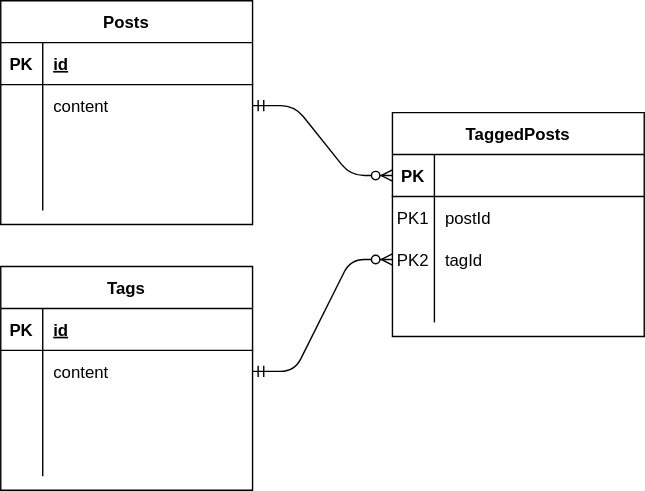
tomoya3178/praha-challenge keeps this draw.io diagram as 23/answer.drawio.svg. Above is the earlier version. Source tidied: cells renumbered, new cells last; positions are measured from the earlier drawing's top-left corner, leaving out a move shared by most shapes.
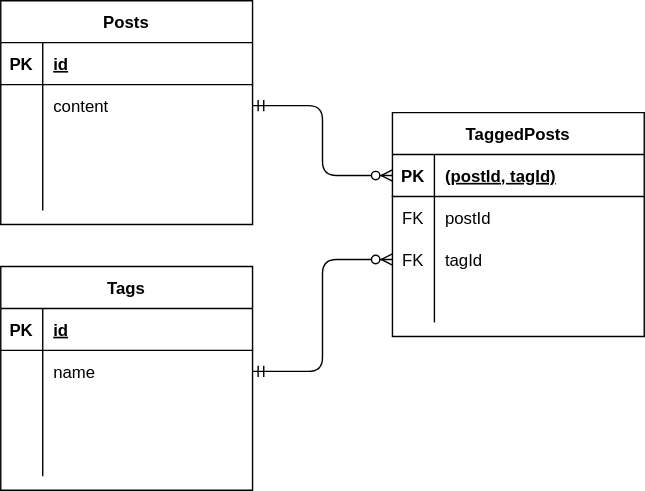
The same file after the commit.

The edit, as a diff of the source:
```diff
@@ -11,13 +11,13 @@
     <mxCell id="4" value="PK" style="shape=partialRectangle;fillColor=none;top=0;left=0;bottom=0;right=0;fontStyle=1;overflow=hidden;fontColor=#000000;" parent="3" vertex="1">
       <mxGeometry width="30" height="30" as="geometry" />
     </mxCell>
-    <mxCell id="5" style="shape=partialRectangle;fillColor=none;top=0;left=0;bottom=0;right=0;align=left;spacingLeft=6;fontStyle=5;overflow=hidden;fontColor=#000000;" parent="3" vertex="1">
+    <mxCell id="5" value="(postId, tagId)" style="shape=partialRectangle;fillColor=none;top=0;left=0;bottom=0;right=0;align=left;spacingLeft=6;fontStyle=5;overflow=hidden;fontColor=#000000;" parent="3" vertex="1">
       <mxGeometry x="30" width="150" height="30" as="geometry" />
     </mxCell>
     <mxCell id="6" style="shape=partialRectangle;fillColor=none;top=0;left=0;bottom=0;right=0;fontColor=#000000;" parent="2" vertex="1">
       <mxGeometry y="60" width="180" height="30" as="geometry" />
     </mxCell>
-    <mxCell id="7" value="PK1" style="shape=partialRectangle;fillColor=none;top=0;left=0;bottom=0;right=0;overflow=hidden;fontColor=#000000;" parent="6" vertex="1">
+    <mxCell id="7" value="FK" style="shape=partialRectangle;fillColor=none;top=0;left=0;bottom=0;right=0;overflow=hidden;fontColor=#000000;" parent="6" vertex="1">
       <mxGeometry width="30" height="30" as="geometry" />
     </mxCell>
     <mxCell id="8" value="postId" style="shape=partialRectangle;fillColor=none;top=0;left=0;bottom=0;right=0;align=left;spacingLeft=6;overflow=hidden;fontColor=#000000;" parent="6" vertex="1">
@@ -26,7 +26,7 @@
     <mxCell id="9" style="shape=partialRectangle;fillColor=none;top=0;left=0;bottom=0;right=0;points=[[0,0.5],[1,0.5]];portConstraint=eastwest;fontColor=#000000;" parent="2" vertex="1">
       <mxGeometry y="90" width="180" height="30" as="geometry" />
     </mxCell>
-    <mxCell id="10" value="PK2" style="shape=partialRectangle;fillColor=none;top=0;left=0;bottom=0;right=0;overflow=hidden;fontColor=#000000;" parent="9" vertex="1">
+    <mxCell id="10" value="FK" style="shape=partialRectangle;fillColor=none;top=0;left=0;bottom=0;right=0;overflow=hidden;fontColor=#000000;" parent="9" vertex="1">
       <mxGeometry width="30" height="30" as="geometry" />
     </mxCell>
     <mxCell id="11" value="tagId" style="shape=partialRectangle;fillColor=none;top=0;left=0;bottom=0;right=0;align=left;spacingLeft=6;overflow=hidden;fontColor=#000000;" parent="9" vertex="1">
@@ -98,7 +98,7 @@
     <mxCell id="33" style="shape=partialRectangle;fillColor=none;top=0;left=0;bottom=0;right=0;overflow=hidden;fontColor=#000000;" parent="32" vertex="1">
       <mxGeometry width="30" height="30" as="geometry" />
     </mxCell>
-    <mxCell id="34" value="content" style="shape=partialRectangle;fillColor=none;top=0;left=0;bottom=0;right=0;align=left;spacingLeft=6;overflow=hidden;fontColor=#000000;" parent="32" vertex="1">
+    <mxCell id="34" value="name" style="shape=partialRectangle;fillColor=none;top=0;left=0;bottom=0;right=0;align=left;spacingLeft=6;overflow=hidden;fontColor=#000000;" parent="32" vertex="1">
       <mxGeometry x="30" width="150" height="30" as="geometry" />
     </mxCell>
     <mxCell id="35" style="shape=partialRectangle;fillColor=none;top=0;left=0;bottom=0;right=0;fontColor=#000000;" parent="28" vertex="1">
@@ -119,10 +119,10 @@
     <mxCell id="40" style="shape=partialRectangle;fillColor=none;top=0;left=0;bottom=0;right=0;align=left;spacingLeft=6;overflow=hidden;fontColor=#000000;" parent="38" vertex="1">
       <mxGeometry x="30" width="150" height="30" as="geometry" />
     </mxCell>
-    <mxCell id="41" style="edgeStyle=entityRelationEdgeStyle;fontSize=12;html=1;endArrow=ERzeroToMany;startArrow=ERmandOne;exitX=1;exitY=0.5;exitDx=0;exitDy=0;entryX=0;entryY=0.5;entryDx=0;entryDy=0;" parent="1" edge="1" source="19" target="3">
+    <mxCell id="41" style="edgeStyle=orthogonalEdgeStyle;fontSize=12;html=1;endArrow=ERzeroToMany;startArrow=ERmandOne;exitX=1;exitY=0.5;exitDx=0;exitDy=0;entryX=0;entryY=0.5;entryDx=0;entryDy=0;" parent="1" edge="1" source="19" target="3">
       <mxGeometry relative="1" as="geometry" />
     </mxCell>
-    <mxCell id="42" style="edgeStyle=entityRelationEdgeStyle;fontSize=12;html=1;endArrow=ERzeroToMany;startArrow=ERmandOne;exitX=1;exitY=0.5;exitDx=0;exitDy=0;entryX=0;entryY=0.5;entryDx=0;entryDy=0;" parent="1" edge="1" source="32" target="9">
+    <mxCell id="42" style="edgeStyle=orthogonalEdgeStyle;fontSize=12;html=1;endArrow=ERzeroToMany;startArrow=ERmandOne;exitX=1;exitY=0.5;exitDx=0;exitDy=0;entryX=0;entryY=0.5;entryDx=0;entryDy=0;" parent="1" edge="1" source="32" target="9">
       <mxGeometry relative="1" as="geometry" />
     </mxCell>
   </root>
```
